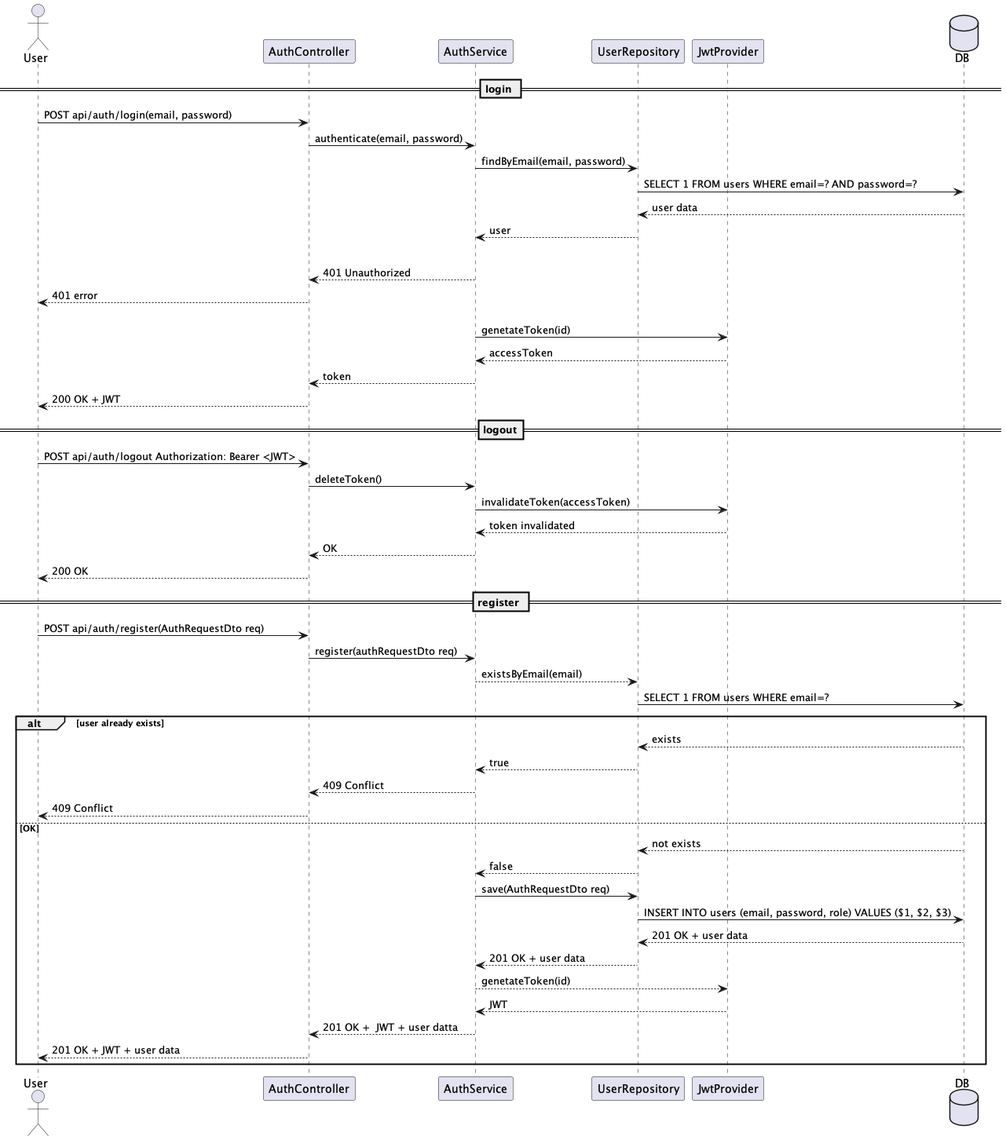
The PlantUML diagram uml/img/sequence/auth-sequence.png in tettamasuyama/group-assignment, before a commit.
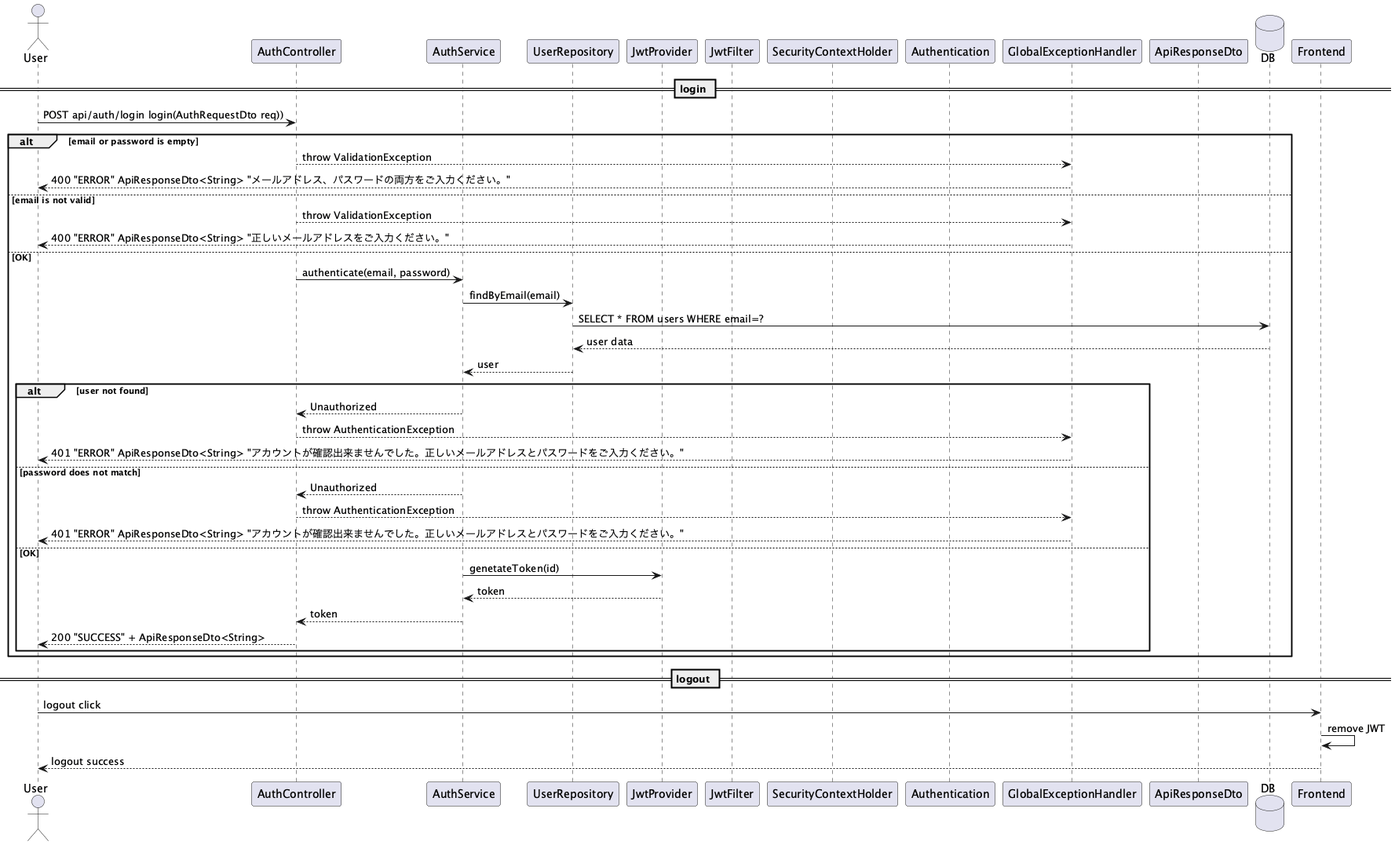
Later version of the same file.

Commit message:
docs: シーケンス図の仕様を大幅に更新

What changed in the source:
```diff
@@ -4,59 +4,55 @@
 participant AuthService
 participant UserRepository
 participant JwtProvider
+participant JwtFilter
+participant SecurityContextHolder
+participant Authentication
+participant GlobalExceptionHandler
+participant ApiResponseDto
+
 database DB
 
 == login ==
-User -> AuthController : POST api/auth/login(email, password)
-AuthController -> AuthService : authenticate(email, password)
-AuthService -> UserRepository : findByEmail(email, password)
-UserRepository -> DB : SELECT 1 FROM users WHERE email=? AND password=?
-DB --> UserRepository : user data
-UserRepository --> AuthService :user
 
-alt user not found
-  AuthService --> AuthController : 401 Unauthorized
-  AuthController --> User : 401 error
+User -> AuthController : POST api/auth/login login(AuthRequestDto req))
+
+alt email or password is empty
+  AuthController --> GlobalExceptionHandler : throw ValidationException
+  GlobalExceptionHandler --> User : 400 "ERROR" ApiResponseDto<String> "メールアドレス、パスワードの両方をご入力ください。"
+
+else email is not valid
+  AuthController --> GlobalExceptionHandler : throw ValidationException
+  GlobalExceptionHandler --> User : 400 "ERROR" ApiResponseDto<String> "正しいメールアドレスをご入力ください。"
 
 else OK
-  AuthService -> JwtProvider : genetateToken(id)
-  JwtProvider --> AuthService : accessToken
-  AuthService --> AuthController : token
-  AuthController --> User : 200 OK + JWT
+  AuthController -> AuthService : authenticate(email, password)
+  AuthService -> UserRepository : findByEmail(email)
+  UserRepository -> DB : SELECT * FROM users WHERE email=?
+  DB --> UserRepository : user data
+  UserRepository --> AuthService :user
 
-==logout==
-User -> AuthController : POST api/auth/logout Authorization: Bearer <JWT>
-AuthController -> AuthService : deleteToken()
-AuthService -> JwtProvider : invalidateToken(accessToken)
-JwtProvider --> AuthService : token invalidated
-AuthService --> AuthController : OK
-AuthController --> User : 200 OK
+  alt user not found
+    AuthService --> AuthController : Unauthorized
+    AuthController --> GlobalExceptionHandler : throw AuthenticationException
+    GlobalExceptionHandler --> User : 401 "ERROR" ApiResponseDto<String> "アカウントが確認出来ませんでした。正しいメールアドレスとパスワードをご入力ください。"
 
+  else password does not match
+    AuthService --> AuthController : Unauthorized
+    AuthController --> GlobalExceptionHandler : throw AuthenticationException
+    GlobalExceptionHandler --> User : 401 "ERROR" ApiResponseDto<String> "アカウントが確認出来ませんでした。正しいメールアドレスとパスワードをご入力ください。"
 
-== register ==
-User -> AuthController : POST api/auth/register(AuthRequestDto req)
-AuthController -> AuthService : register(authRequestDto req)
-AuthService --> UserRepository : existsByEmail(email)
-UserRepository -> DB : SELECT 1 FROM users WHERE email=?
-
-alt user already exists
-
-  DB --> UserRepository : exists
-  UserRepository --> AuthService : true
-  AuthService --> AuthController : 409 Conflict
-  AuthController --> User : 409 Conflict
-
-else OK
-DB --> UserRepository : not exists
-UserRepository --> AuthService : false
-AuthService -> UserRepository : save(AuthRequestDto req)
-UserRepository -> DB : INSERT INTO users (email, password, role) VALUES ($1, $2, $3)
-DB --> UserRepository : 201 OK + user data
-UserRepository --> AuthService : 201 OK + user data
-AuthService --> JwtProvider : genetateToken(id)
-JwtProvider --> AuthService : JWT
-AuthService --> AuthController : 201 OK +  JWT + user datta
-AuthController --> User : 201 OK + JWT + user data
+  else OK
+    AuthService -> JwtProvider : genetateToken(id)
+    JwtProvider --> AuthService : token
+    AuthService --> AuthController : token
+    AuthController --> User : 200 "SUCCESS" + ApiResponseDto<String>
+  end
 end
 
+== logout ==
+
+User -> Frontend : logout click
+Frontend -> Frontend : remove JWT
+Frontend --> User : logout success
+
 @enduml
```
